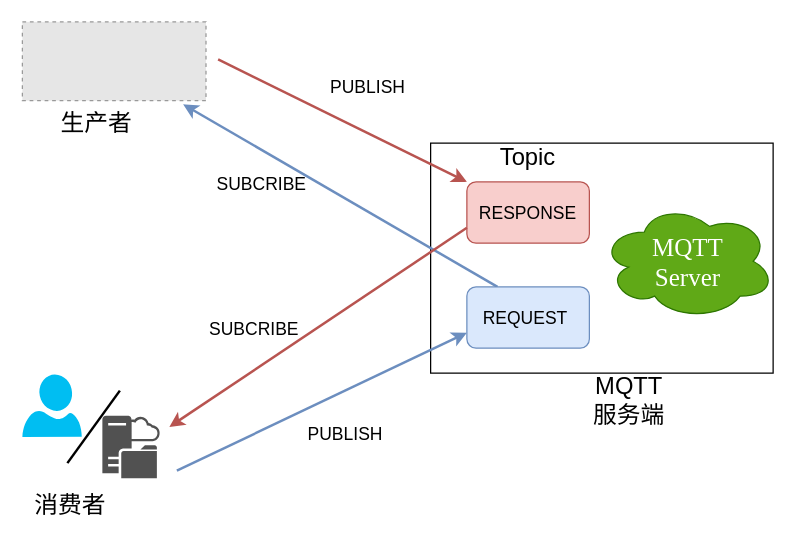
Earlier version of the draw.io diagram page "第 3 页" (3 of 5) of drawio/mqtt-auth.drawio (raingnight/Blog_Pic). Source tidied: cells renumbered, new cells numbered last; positions are measured from the earlier drawing's top-left corner, leaving out a move shared by most shapes. Both pictures are drawn from the tidied source at 125%, with x=0, y=0 at pixel (21, 21). Pictures stored in the file or linked from it are replaced by grey dashed boxes.
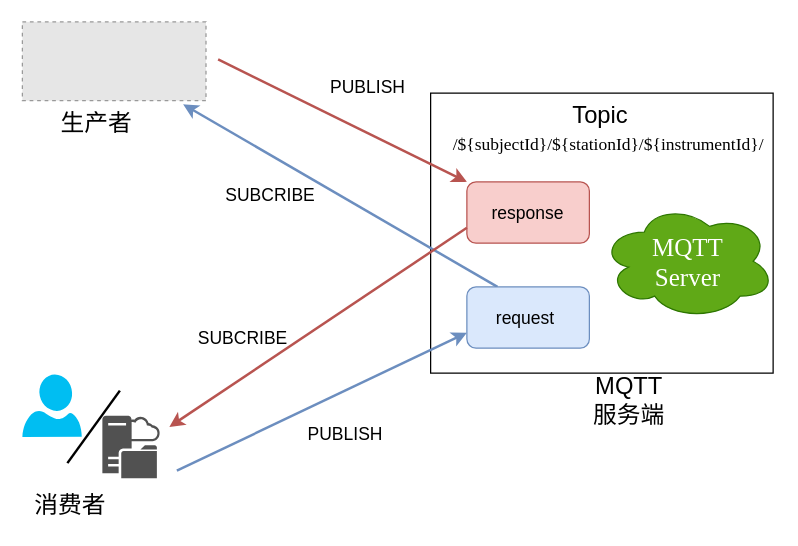
After the change.

What changed in the source:
```diff
@@
     <mxCell id="2" style="rounded=0;whiteSpace=wrap;html=1;labelBackgroundColor=#FFFFFF;fontSize=14;fontColor=#56a8f5;" parent="1" vertex="1">
-      <mxGeometry x="327" y="97" width="274" height="184" as="geometry" />
+      <mxGeometry x="327" y="57" width="274" height="224" as="geometry" />
     </mxCell>
@@
     <mxCell id="15" value="SUBCRIBE" style="text;html=1;strokeColor=none;fillColor=none;align=center;verticalAlign=middle;whiteSpace=wrap;rounded=0;fontSize=14;fontColor=#000000;" parent="1" vertex="1">
-      <mxGeometry x="162" y="115" width="60" height="30" as="geometry" />
+      <mxGeometry x="169" y="124" width="60" height="30" as="geometry" />
     </mxCell>
@@
     <mxCell id="18" value="SUBCRIBE" style="text;html=1;strokeColor=none;fillColor=none;align=center;verticalAlign=middle;whiteSpace=wrap;rounded=0;fontSize=14;fontColor=#000000;" parent="1" vertex="1">
-      <mxGeometry x="156" y="231" width="60" height="30" as="geometry" />
+      <mxGeometry x="147.4" y="238" width="60" height="30" as="geometry" />
     </mxCell>
@@
     <mxCell id="22" value="Topic" style="text;html=1;strokeColor=none;fillColor=none;align=center;verticalAlign=middle;whiteSpace=wrap;rounded=0;fontSize=19;" parent="1" vertex="1">
-      <mxGeometry x="375" y="94" width="60" height="30" as="geometry" />
+      <mxGeometry x="433" y="60" width="60" height="30" as="geometry" />
     </mxCell>
-    <mxCell id="23" value="RESPONSE" style="text;html=1;strokeColor=none;fillColor=none;align=center;verticalAlign=middle;whiteSpace=wrap;rounded=0;fontSize=14;fontColor=#000000;" parent="1" vertex="1">
+    <mxCell id="23" value="response" style="text;html=1;strokeColor=none;fillColor=none;align=center;verticalAlign=middle;whiteSpace=wrap;rounded=0;fontSize=14;fontColor=#000000;" parent="1" vertex="1">
       <mxGeometry x="375" y="138" width="60" height="30" as="geometry" />
     </mxCell>
-    <mxCell id="24" value="REQUEST" style="text;html=1;strokeColor=none;fillColor=none;align=center;verticalAlign=middle;whiteSpace=wrap;rounded=0;fontSize=14;fontColor=#000000;" parent="1" vertex="1">
+    <mxCell id="24" value="request" style="text;html=1;strokeColor=none;fillColor=none;align=center;verticalAlign=middle;whiteSpace=wrap;rounded=0;fontSize=14;fontColor=#000000;" parent="1" vertex="1">
       <mxGeometry x="373" y="222" width="60" height="30" as="geometry" />
     </mxCell>
@@
+    <mxCell id="26" value="&lt;p class=&quot;MsoNormal&quot; style=&quot;font-size: 14px;&quot;&gt;&lt;font style=&quot;font-size: 14px;&quot; face=&quot;Times New Roman&quot;&gt;/${subjectId}/${stationId}/${instrumentId}/&lt;/font&gt;&lt;/p&gt;" style="text;html=1;strokeColor=none;fillColor=none;align=center;verticalAlign=middle;whiteSpace=wrap;rounded=0;fontSize=14;fontColor=#000000;" parent="1" vertex="1">
+      <mxGeometry x="335.5" y="83" width="267" height="30" as="geometry" />
+    </mxCell>
```
